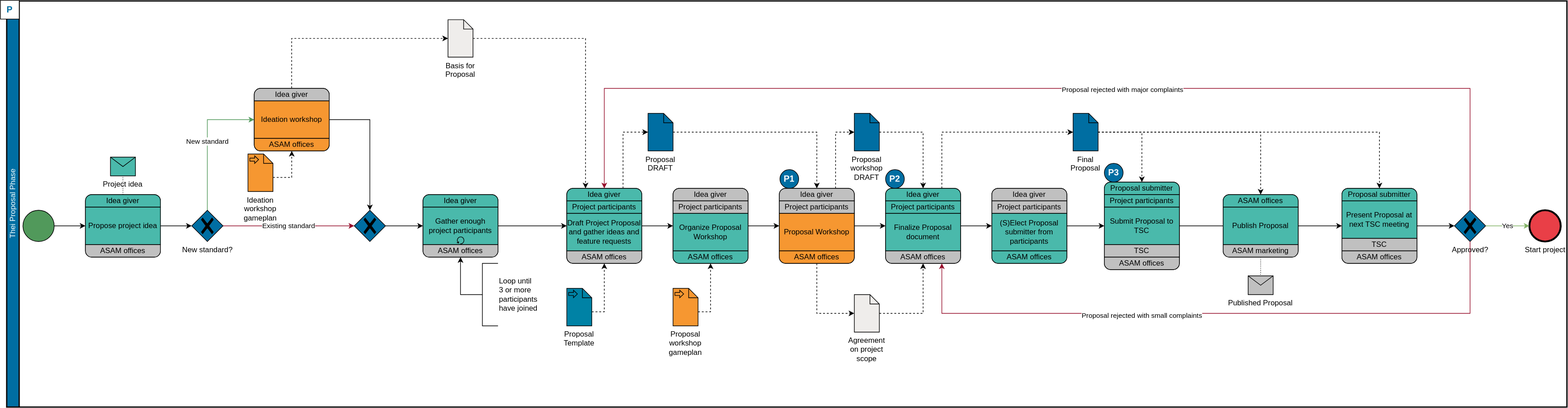
This is doc/modules/standardization/assets/images/proposal_phase_v2.drawio.svg from asam-ev/asam-project-guide, a draw.io export, as it was before one commit. Source tidied: cells renumbered, new cells last; positions are measured from the earlier drawing's top-left corner, leaving out a move shared by most shapes.
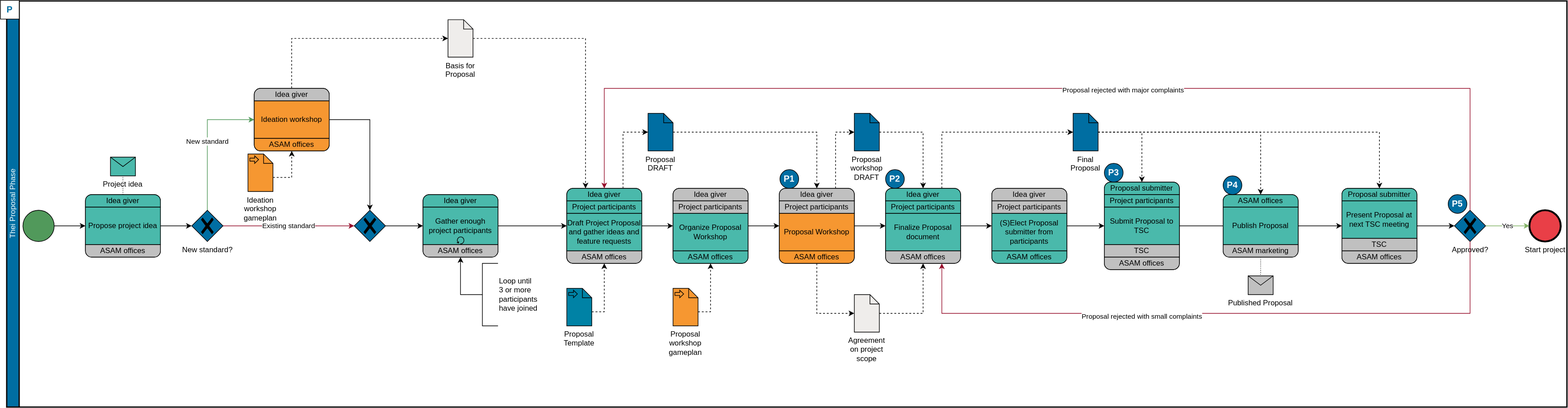
After the change.

Commit message:
Added navigation buttons to site.yml Updated drawio files for proposal

Change to the diagram source:
```diff
@@ -65,6 +65,12 @@
     <mxCell id="22" style="edgeStyle=orthogonalEdgeStyle;html=1;elbow=horizontal;endArrow=none;labelBackgroundColor=none;endSize=12;endFill=0;dashed=1;dashPattern=1 2;exitX=0.5;exitY=1;rounded=0;fontSize=14;fontColor=#FFFFFF;strokeColor=#000000;exitDx=0;exitDy=0;" parent="2" edge="1" source="16" target="21">
       <mxGeometry relative="1" as="geometry" />
     </mxCell>
+    <mxCell id="113" value="P4" style="ellipse;whiteSpace=wrap;html=1;fontSize=14;fontColor=#FFFFFF;fillColor=#006EA2;fontStyle=1;" parent="2" vertex="1">
+      <mxGeometry x="1946" y="280" width="30" height="30" as="geometry" />
+    </mxCell>
+    <mxCell id="114" value="P5" style="ellipse;whiteSpace=wrap;html=1;fontSize=14;fontColor=#FFFFFF;fillColor=#006EA2;fontStyle=1;" parent="2" vertex="1">
+      <mxGeometry x="2306" y="310" width="30" height="30" as="geometry" />
+    </mxCell>
     <mxCell id="23" value="New standard" style="edgeStyle=orthogonalEdgeStyle;rounded=0;jettySize=auto;html=1;exitX=0.5;exitY=0;exitDx=0;exitDy=0;exitPerimeter=0;entryX=0;entryY=0.5;entryDx=0;entryDy=0;fillColor=#d5e8d4;strokeColor=#51995B;" parent="1" edge="1" source="25" target="45">
       <mxGeometry relative="1" as="geometry" />
     </mxCell>
```
